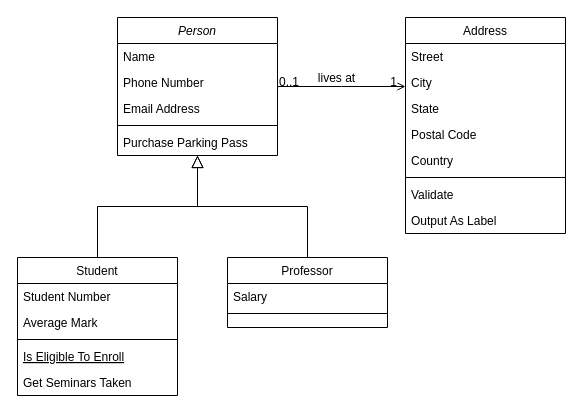
This is Untitled Diagram.drawio from milk588093/homework, a draw.io file, before an edit. Source tidied: cells renumbered, new cells numbered last; positions are measured from the earlier drawing's top-left corner, leaving out a move shared by most shapes. Both pictures are drawn from the tidied source at 100%, with x=0, y=0 at pixel (17, 17).
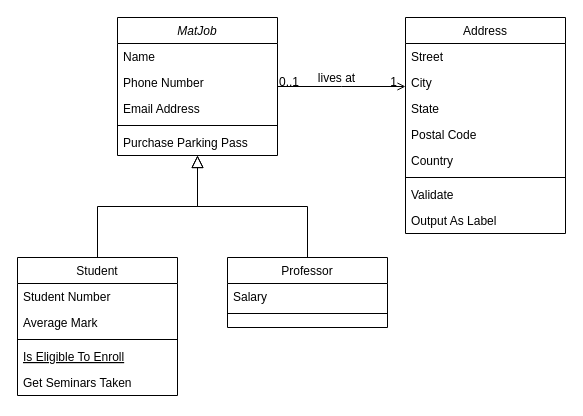
Above is the later version.

Change to the diagram source:
```diff
@@
-    <mxCell id="2" value="Person" style="swimlane;fontStyle=2;align=center;verticalAlign=top;horizontal=1;startSize=26;rounded=0;shadow=0;strokeWidth=1;" parent="1" vertex="1">
+    <mxCell id="2" value="MatJob" style="swimlane;fontStyle=2;align=center;verticalAlign=top;horizontal=1;startSize=26;rounded=0;shadow=0;strokeWidth=1;" parent="1" vertex="1">
       <mxGeometry x="100" width="160" height="138" as="geometry" />
     </mxCell>
```
